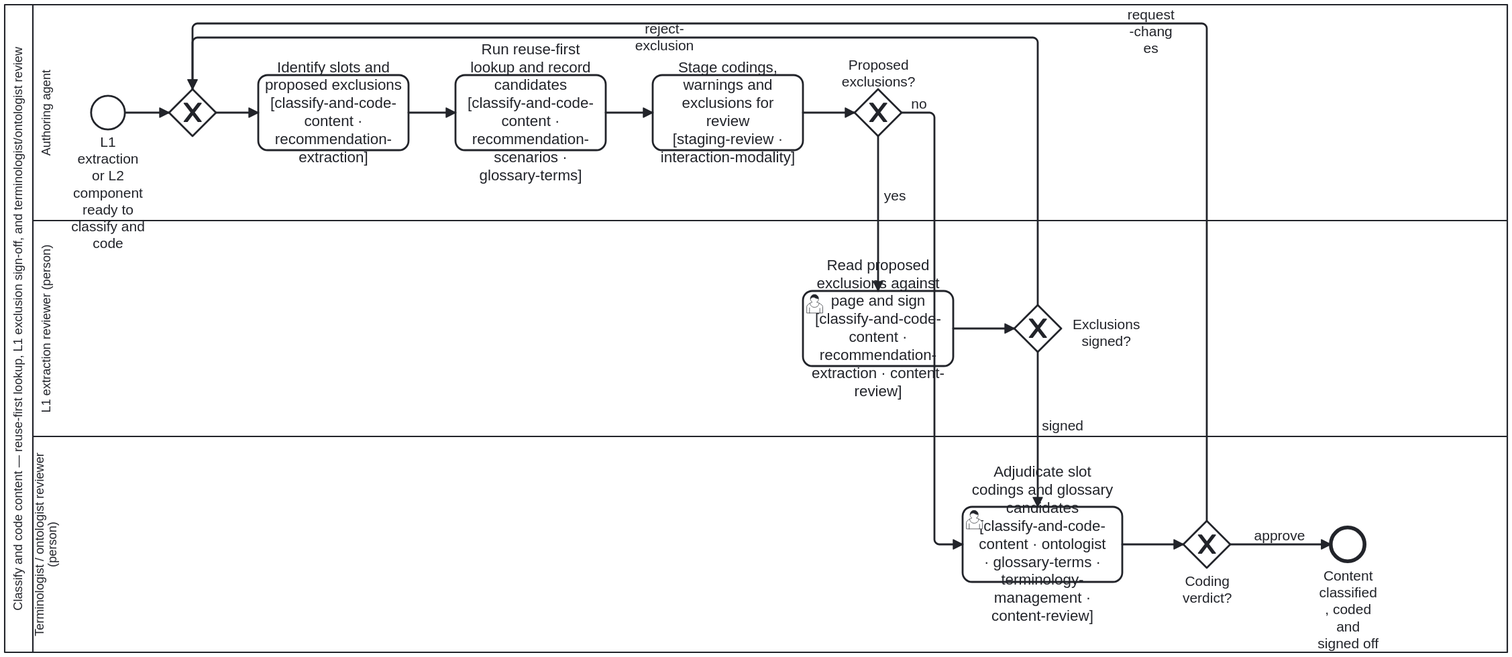
Above: smart-base/processes/content/classify-and-code-content.svg in litlfred/smart-base (BPMN), before the change. Its source is kept beside it as smart-base/processes/content/classify-and-code-content.bpmn. Ids are renumbered.
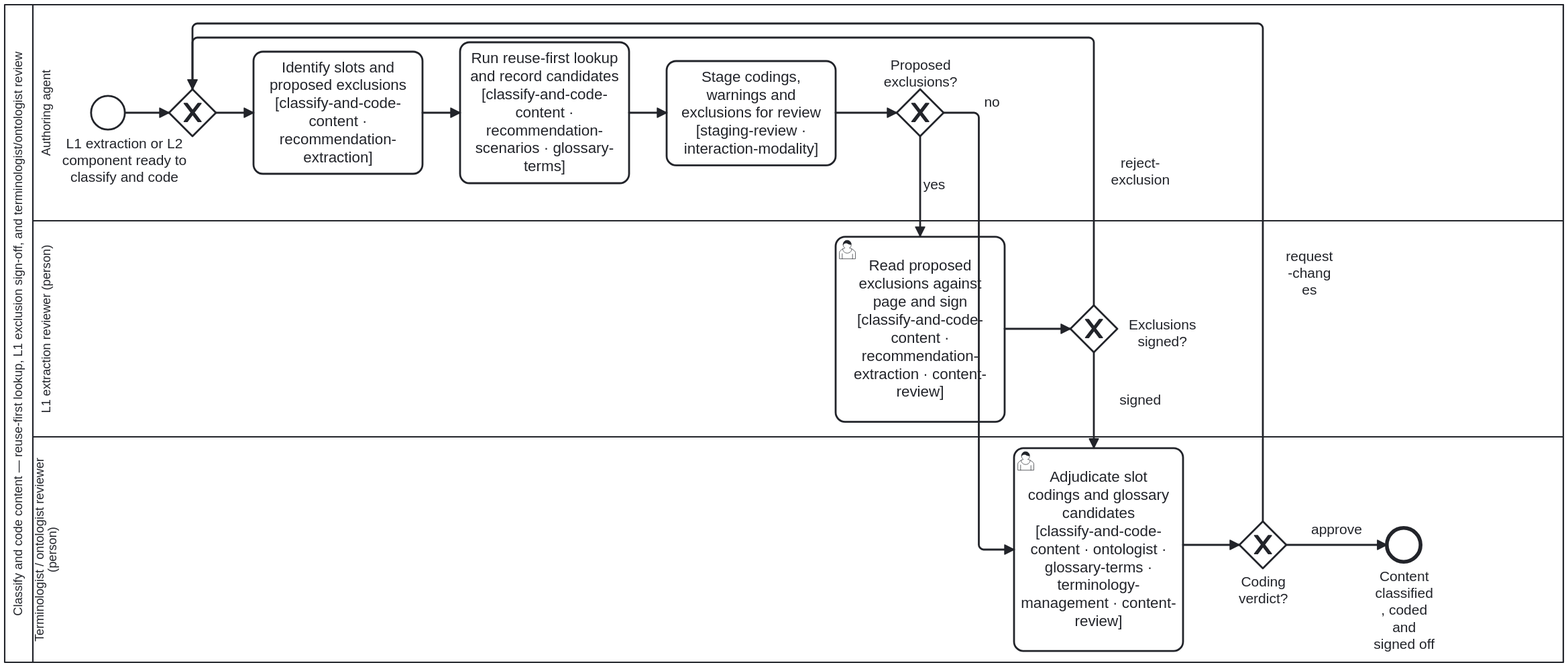
After the change.

Change to the diagram source:
```diff
@@ -175,76 +175,74 @@
   <bpmndi:BPMNDiagram id="BPMNDiagram_ClassifyAndCodeContent">
     <bpmndi:BPMNPlane id="BPMNPlane_ClassifyAndCodeContent" bpmnElement="Collaboration_ClassifyAndCodeContent">
       <bpmndi:BPMNShape id="Participant_ClassifyAndCodeContent_di" bpmnElement="Participant_ClassifyAndCodeContent" isHorizontal="true">
-        <dc:Bounds x="160" y="80" width="1600" height="690" />
+        <dc:Bounds x="160" y="80" width="1660" height="700" />
       </bpmndi:BPMNShape>
       <bpmndi:BPMNShape id="Lane_Agent_di" bpmnElement="Lane_Agent" isHorizontal="true">
-        <dc:Bounds x="190" y="80" width="1570" height="230" />
+        <dc:Bounds x="190" y="80" width="1630" height="230" />
       </bpmndi:BPMNShape>
       <bpmndi:BPMNShape id="Lane_ExtractionReviewer_di" bpmnElement="Lane_ExtractionReviewer" isHorizontal="true">
-        <dc:Bounds x="190" y="310" width="1570" height="230" />
+        <dc:Bounds x="190" y="310" width="1630" height="230" />
       </bpmndi:BPMNShape>
       <bpmndi:BPMNShape id="Lane_Terminologist_di" bpmnElement="Lane_Terminologist" isHorizontal="true">
-        <dc:Bounds x="190" y="540" width="1570" height="230" />
+        <dc:Bounds x="190" y="540" width="1630" height="240" />
       </bpmndi:BPMNShape>
 
       <bpmndi:BPMNShape id="Start_ContentReady_di" bpmnElement="Start_ContentReady">
         <dc:Bounds x="252" y="177" width="36" height="36" />
-        <bpmndi:BPMNLabel>
-          <dc:Bounds x="225" y="218" width="90" height="40" />
-        </bpmndi:BPMNLabel>
-      </bpmndi:BPMNShape>
+
+      <bpmndi:BPMNLabel><dc:Bounds x="219.55" y="219" width="135" height="90" /></bpmndi:BPMNLabel></bpmndi:BPMNShape>
 
       <bpmndi:BPMNShape id="Gateway_Rework_di" bpmnElement="Gateway_Rework" isMarkerVisible="true">
         <dc:Bounds x="335" y="170" width="50" height="50" />
       </bpmndi:BPMNShape>
 
       <bpmndi:BPMNShape id="Task_IdentifySlots_di" bpmnElement="Task_IdentifySlots">
-        <dc:Bounds x="430" y="155" width="160" height="80" />
+        <dc:Bounds x="425" y="130" width="180" height="130" />
       </bpmndi:BPMNShape>
 
       <bpmndi:BPMNShape id="Task_LookupAndCode_di" bpmnElement="Task_LookupAndCode">
-        <dc:Bounds x="640" y="155" width="160" height="80" />
+        <dc:Bounds x="645" y="120" width="180" height="150" />
       </bpmndi:BPMNShape>
 
       <bpmndi:BPMNShape id="Task_StageForReview_di" bpmnElement="Task_StageForReview">
-        <dc:Bounds x="850" y="155" width="160" height="80" />
+        <dc:Bounds x="865" y="139.5" width="180" height="111" />
       </bpmndi:BPMNShape>
 
       <bpmndi:BPMNShape id="Gateway_HasExclusions_di" bpmnElement="Gateway_HasExclusions" isMarkerVisible="true">
-        <dc:Bounds x="1065" y="170" width="50" height="50" />
-        <bpmndi:BPMNLabel>
-          <dc:Bounds x="1050" y="136" width="80" height="27" />
-        </bpmndi:BPMNLabel>
-      </bpmndi:BPMNShape>
+        <dc:Bounds x="1110" y="170" width="50" height="50" />
+
+      <bpmndi:BPMNLabel>
+          <dc:Bounds x="1095" y="136" width="80" height="27" />
+        </bpmndi:BPMNLabel></bpmndi:BPMNShape>
 
       <bpmndi:BPMNShape id="Task_ReviewExclusions_di" bpmnElement="Task_ReviewExclusions">
-        <dc:Bounds x="1010" y="385" width="160" height="80" />
+        <dc:Bounds x="1045" y="326.5" width="180" height="197" />
       </bpmndi:BPMNShape>
 
       <bpmndi:BPMNShape id="Gateway_ExclusionVerdict_di" bpmnElement="Gateway_ExclusionVerdict" isMarkerVisible="true">
-        <dc:Bounds x="1235" y="400" width="50" height="50" />
-        <bpmndi:BPMNLabel>
-          <dc:Bounds x="1295" y="412" width="75" height="27" />
-        </bpmndi:BPMNLabel>
-      </bpmndi:BPMNShape>
+        <dc:Bounds x="1295" y="400" width="50" height="50" />
+
+      <bpmndi:BPMNLabel>
+          <dc:Bounds x="1355" y="412" width="75" height="27" />
+        </bpmndi:BPMNLabel></bpmndi:BPMNShape>
 
       <bpmndi:BPMNShape id="Task_ReviewCodings_di" bpmnElement="Task_ReviewCodings">
-        <dc:Bounds x="1180" y="615" width="170" height="80" />
+        <dc:Bounds x="1235" y="552" width="180" height="216" />
       </bpmndi:BPMNShape>
 
       <bpmndi:BPMNShape id="Gateway_TerminologistVerdict_di" bpmnElement="Gateway_TerminologistVerdict" isMarkerVisible="true">
-        <dc:Bounds x="1415" y="630" width="50" height="50" />
-        <bpmndi:BPMNLabel>
-          <dc:Bounds x="1400" y="686" width="80" height="14" />
-        </bpmndi:BPMNLabel>
-      </bpmndi:BPMNShape>
+        <dc:Bounds x="1475" y="630" width="50" height="50" />
+
+      <bpmndi:BPMNLabel>
+          <dc:Bounds x="1460" y="686" width="80" height="14" />
+        </bpmndi:BPMNLabel></bpmndi:BPMNShape>
 
       <bpmndi:BPMNShape id="End_ClassifiedAndCoded_di" bpmnElement="End_ClassifiedAndCoded">
-        <dc:Bounds x="1572" y="637" width="36" height="36" />
-        <bpmndi:BPMNLabel>
-          <dc:Bounds x="1540" y="680" width="100" height="40" />
-        </bpmndi:BPMNLabel>
-      </bpmndi:BPMNShape>
+        <dc:Bounds x="1632" y="637" width="36" height="36" />
+
+      <bpmndi:BPMNLabel>
+          <dc:Bounds x="1600" y="680" width="100" height="40" />
+        </bpmndi:BPMNLabel></bpmndi:BPMNShape>
 
       <bpmndi:BPMNEdge id="C01_di" bpmnElement="C01">
         <di:waypoint x="288" y="195" />
@@ -252,75 +250,61 @@
       </bpmndi:BPMNEdge>
       <bpmndi:BPMNEdge id="C02_di" bpmnElement="C02">
         <di:waypoint x="385" y="195" />
-        <di:waypoint x="430" y="195" />
+        <di:waypoint x="425" y="195" />
       </bpmndi:BPMNEdge>
       <bpmndi:BPMNEdge id="C03_di" bpmnElement="C03">
-        <di:waypoint x="590" y="195" />
-        <di:waypoint x="640" y="195" />
+        <di:waypoint x="605" y="195" />
+        <di:waypoint x="645" y="195" />
       </bpmndi:BPMNEdge>
       <bpmndi:BPMNEdge id="C04_di" bpmnElement="C04">
-        <di:waypoint x="800" y="195" />
-        <di:waypoint x="850" y="195" />
+        <di:waypoint x="825" y="195" />
+        <di:waypoint x="865" y="195" />
       </bpmndi:BPMNEdge>
       <bpmndi:BPMNEdge id="C05_di" bpmnElement="C05">
-        <di:waypoint x="1010" y="195" />
-        <di:waypoint x="1065" y="195" />
+        <di:waypoint x="1045" y="195" />
+        <di:waypoint x="1110" y="195" />
       </bpmndi:BPMNEdge>
       <bpmndi:BPMNEdge id="C06_di" bpmnElement="C06">
-        <di:waypoint x="1090" y="220" />
-        <di:waypoint x="1090" y="385" />
-        <bpmndi:BPMNLabel>
-          <dc:Bounds x="1098" y="275" width="20" height="14" />
-        </bpmndi:BPMNLabel>
+        <di:waypoint x="1135" y="220" />
+        <di:waypoint x="1135" y="326.5" />
       </bpmndi:BPMNEdge>
       <bpmndi:BPMNEdge id="C07_di" bpmnElement="C07">
-        <di:waypoint x="1115" y="195" />
-        <di:waypoint x="1150" y="195" />
-        <di:waypoint x="1150" y="655" />
-        <di:waypoint x="1180" y="655" />
-        <bpmndi:BPMNLabel>
-          <dc:Bounds x="1125" y="177" width="16" height="14" />
-        </bpmndi:BPMNLabel>
+        <di:waypoint x="1160" y="195" />
+        <di:waypoint x="1197.5" y="195" />
+        <di:waypoint x="1197.5" y="660" />
+        <di:waypoint x="1235" y="660" />
+        <bpmndi:BPMNLabel><dc:Bounds x="1166" y="175" width="90" height="17" /></bpmndi:BPMNLabel>
       </bpmndi:BPMNEdge>
       <bpmndi:BPMNEdge id="C08_di" bpmnElement="C08">
-        <di:waypoint x="1170" y="425" />
-        <di:waypoint x="1235" y="425" />
+        <di:waypoint x="1225" y="425" />
+        <di:waypoint x="1295" y="425" />
       </bpmndi:BPMNEdge>
       <bpmndi:BPMNEdge id="C09_di" bpmnElement="C09">
-        <di:waypoint x="1260" y="400" />
-        <di:waypoint x="1260" y="115" />
+        <di:waypoint x="1320" y="400" />
+        <di:waypoint x="1320" y="115" />
         <di:waypoint x="360" y="115" />
         <di:waypoint x="360" y="170" />
-        <bpmndi:BPMNLabel>
-          <dc:Bounds x="820" y="97" width="85" height="14" />
-        </bpmndi:BPMNLabel>
+        <bpmndi:BPMNLabel><dc:Bounds x="1324" y="240" width="90" height="35" /></bpmndi:BPMNLabel>
       </bpmndi:BPMNEdge>
       <bpmndi:BPMNEdge id="C10_di" bpmnElement="C10">
-        <di:waypoint x="1260" y="450" />
-        <di:waypoint x="1260" y="615" />
-        <bpmndi:BPMNLabel>
-          <dc:Bounds x="1268" y="520" width="36" height="14" />
-        </bpmndi:BPMNLabel>
+        <di:waypoint x="1320" y="450" />
+        <di:waypoint x="1320" y="552" />
+        <bpmndi:BPMNLabel><dc:Bounds x="1324" y="492" width="90" height="18" /></bpmndi:BPMNLabel>
       </bpmndi:BPMNEdge>
       <bpmndi:BPMNEdge id="C11_di" bpmnElement="C11">
-        <di:waypoint x="1350" y="655" />
         <di:waypoint x="1415" y="655" />
+        <di:waypoint x="1475" y="655" />
       </bpmndi:BPMNEdge>
       <bpmndi:BPMNEdge id="C12_di" bpmnElement="C12">
-        <di:waypoint x="1440" y="630" />
-        <di:waypoint x="1440" y="100" />
+        <di:waypoint x="1500" y="630" />
+        <di:waypoint x="1500" y="100" />
         <di:waypoint x="360" y="100" />
         <di:waypoint x="360" y="170" />
-        <bpmndi:BPMNLabel>
-          <dc:Bounds x="1335" y="82" width="90" height="14" />
-        </bpmndi:BPMNLabel>
+        <bpmndi:BPMNLabel><dc:Bounds x="1504" y="338.5" width="90" height="53" /></bpmndi:BPMNLabel>
       </bpmndi:BPMNEdge>
       <bpmndi:BPMNEdge id="C13_di" bpmnElement="C13">
-        <di:waypoint x="1465" y="655" />
-        <di:waypoint x="1572" y="655" />
-        <bpmndi:BPMNLabel>
-          <dc:Bounds x="1495" y="637" width="45" height="14" />
-        </bpmndi:BPMNLabel>
+        <di:waypoint x="1525" y="655" />
+        <di:waypoint x="1632" y="655" />
       </bpmndi:BPMNEdge>
     </bpmndi:BPMNPlane>
   </bpmndi:BPMNDiagram>
```
